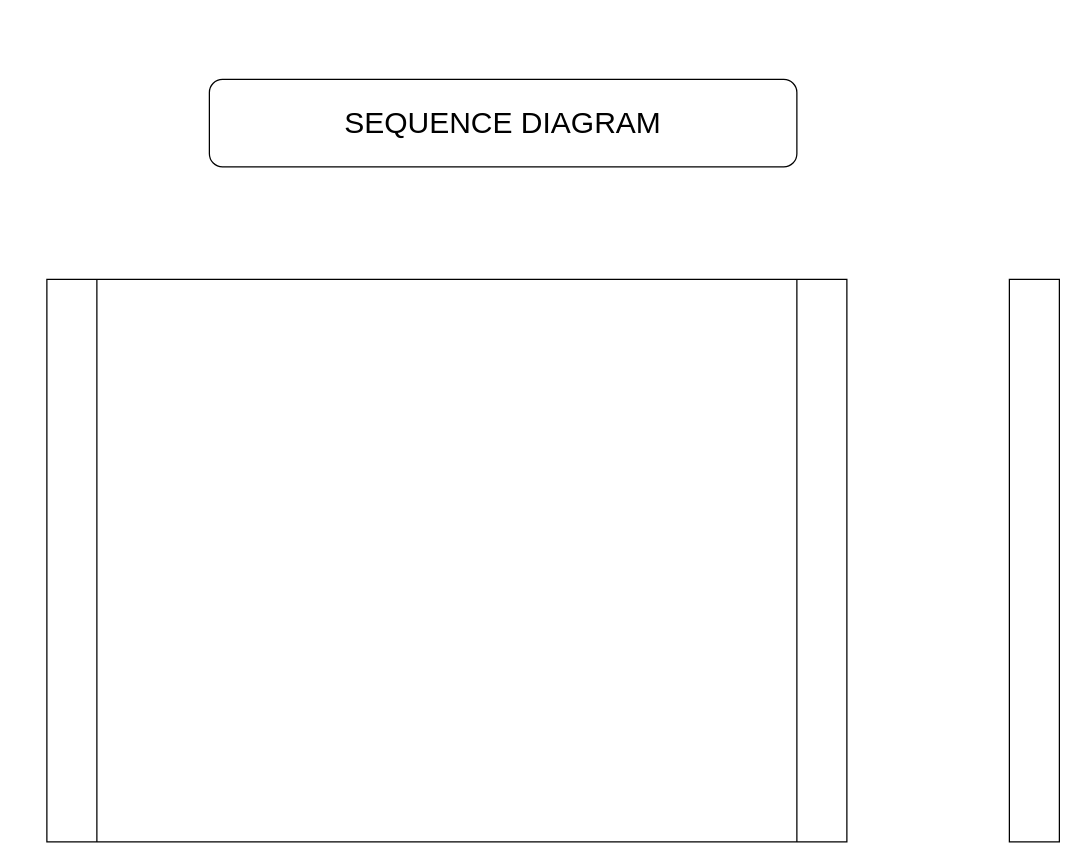
Above: mine.drawio in theZenna/theZenna (draw.io), before the change. Source tidied: cells renumbered, new cells numbered last; positions are measured from the earlier drawing's top-left corner, leaving out a move shared by most shapes. Both pictures are drawn from the tidied source at 125%, with x=0, y=0 at pixel (46, 79).
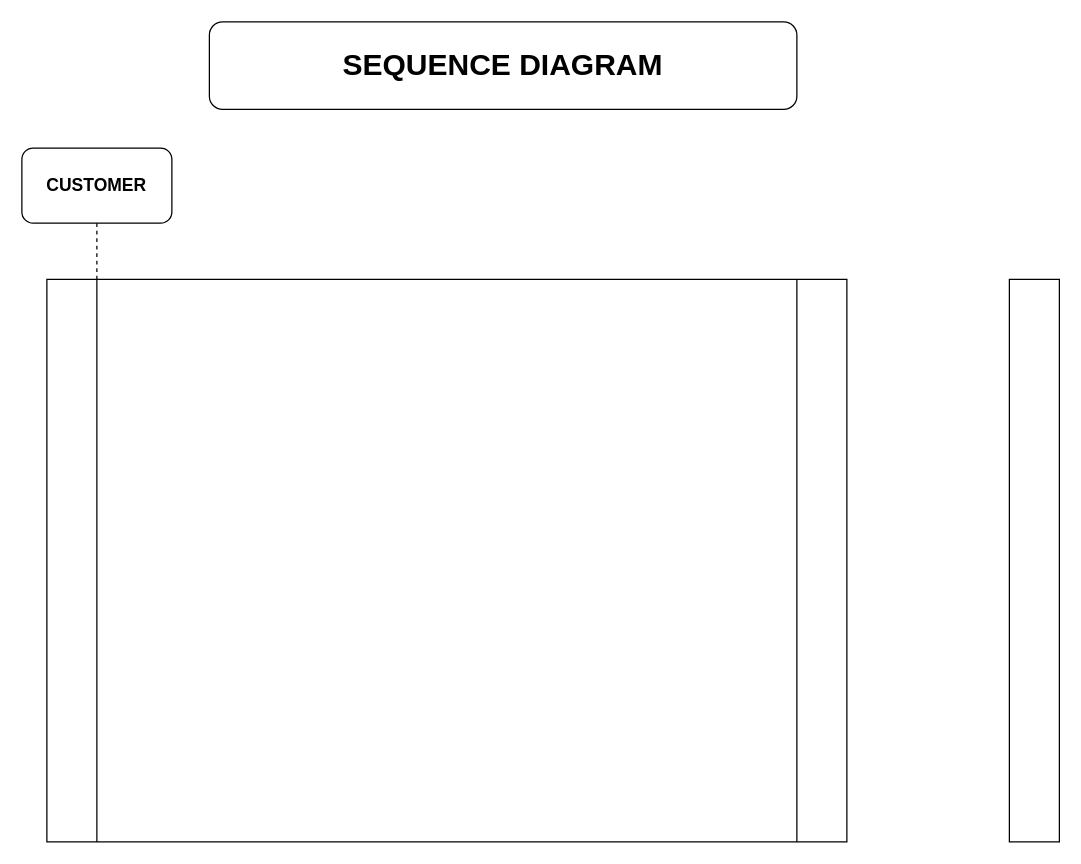
Above is the later version.

Diff of the diagram source:
```diff
@@
 <mxGraphModel>
   <root>
     <mxCell id="0" />
     <mxCell id="1" parent="0" />
-    <mxCell id="2" value="&lt;font style=&quot;font-size: 24px;&quot;&gt;SEQUENCE DIAGRAM&lt;/font&gt;" style="rounded=1;whiteSpace=wrap;html=1;" parent="1" vertex="1">
-      <mxGeometry x="130" width="470" height="70" as="geometry" />
+    <mxCell id="2" value="&lt;font style=&quot;font-size: 24px;&quot;&gt;&lt;b&gt;SEQUENCE DIAGRAM&lt;/b&gt;&lt;/font&gt;" style="rounded=1;whiteSpace=wrap;html=1;" parent="1" vertex="1">
+      <mxGeometry x="130" y="-46" width="470" height="70" as="geometry" />
     </mxCell>
     <mxCell id="3" style="shape=process;whiteSpace=wrap;html=1;backgroundOutline=1;size=0.06250000000000036;" parent="1" vertex="1">
       <mxGeometry y="160" width="640" height="450" as="geometry" />
     </mxCell>
     <mxCell id="4" style="rounded=0;whiteSpace=wrap;html=1;" parent="1" vertex="1">
       <mxGeometry x="770" y="160" width="40" height="450" as="geometry" />
     </mxCell>
+    <mxCell id="5" value="&lt;font style=&quot;font-size: 14px;&quot;&gt;&lt;b&gt;CUSTOMER&lt;/b&gt;&lt;/font&gt;" style="rounded=1;whiteSpace=wrap;html=1;" parent="1" vertex="1">
+      <mxGeometry x="-20" y="55" width="120" height="60" as="geometry" />
+    </mxCell>
+    <mxCell id="6" style="endArrow=none;dashed=1;html=1;rounded=0;" parent="1" edge="1">
+      <mxGeometry relative="1" as="geometry">
+        <mxPoint x="40" y="160" as="sourcePoint" />
+        <mxPoint x="40" y="114" as="targetPoint" />
+      </mxGeometry>
+    </mxCell>
   </root>
 </mxGraphModel>
```
